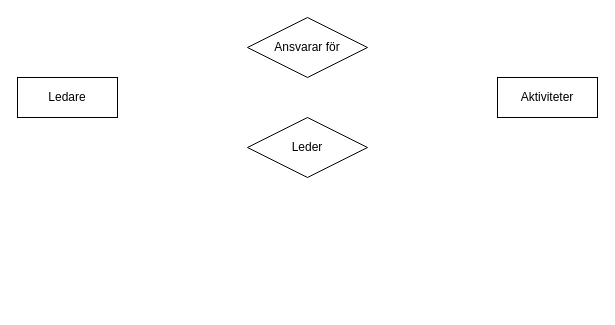
Above: Brunflomullar.drawio in Ingelisun/ERmodels (draw.io), before the change. Source tidied: cells renumbered, new cells numbered last; positions are measured from the earlier drawing's top-left corner, leaving out a move shared by most shapes. Both pictures are drawn from the tidied source at 100%, with x=0, y=0 at pixel (17, 17).
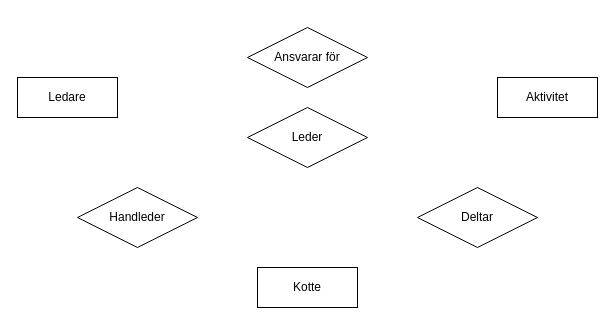
Above is the later version.

What changed in the source:
```diff
@@
 <mxGraphModel>
   <root>
     <mxCell id="0" />
     <mxCell id="1" parent="0" />
     <mxCell id="2" value="Ledare" style="whiteSpace=wrap;html=1;align=center;" parent="1" vertex="1">
       <mxGeometry y="60" width="100" height="40" as="geometry" />
     </mxCell>
     <mxCell id="3" value="Ansvarar för" style="shape=rhombus;perimeter=rhombusPerimeter;whiteSpace=wrap;html=1;align=center;" parent="1" vertex="1">
-      <mxGeometry x="230" width="120" height="60" as="geometry" />
+      <mxGeometry x="230" y="10" width="120" height="60" as="geometry" />
     </mxCell>
     <mxCell id="4" value="Leder" style="shape=rhombus;perimeter=rhombusPerimeter;whiteSpace=wrap;html=1;align=center;" parent="1" vertex="1">
-      <mxGeometry x="230" y="100" width="120" height="60" as="geometry" />
+      <mxGeometry x="230" y="90" width="120" height="60" as="geometry" />
     </mxCell>
-    <mxCell id="5" value="Aktiviteter" style="whiteSpace=wrap;html=1;align=center;" parent="1" vertex="1">
+    <mxCell id="5" value="Aktivitet" style="whiteSpace=wrap;html=1;align=center;" parent="1" vertex="1">
       <mxGeometry x="480" y="60" width="100" height="40" as="geometry" />
     </mxCell>
+    <mxCell id="6" value="Kotte" style="whiteSpace=wrap;html=1;align=center;" parent="1" vertex="1">
+      <mxGeometry x="240" y="250" width="100" height="40" as="geometry" />
+    </mxCell>
+    <mxCell id="7" value="Deltar" style="shape=rhombus;perimeter=rhombusPerimeter;whiteSpace=wrap;html=1;align=center;" parent="1" vertex="1">
+      <mxGeometry x="400" y="170" width="120" height="60" as="geometry" />
+    </mxCell>
+    <mxCell id="8" value="Handleder" style="shape=rhombus;perimeter=rhombusPerimeter;whiteSpace=wrap;html=1;align=center;" parent="1" vertex="1">
+      <mxGeometry x="60" y="170" width="120" height="60" as="geometry" />
+    </mxCell>
   </root>
 </mxGraphModel>
```
